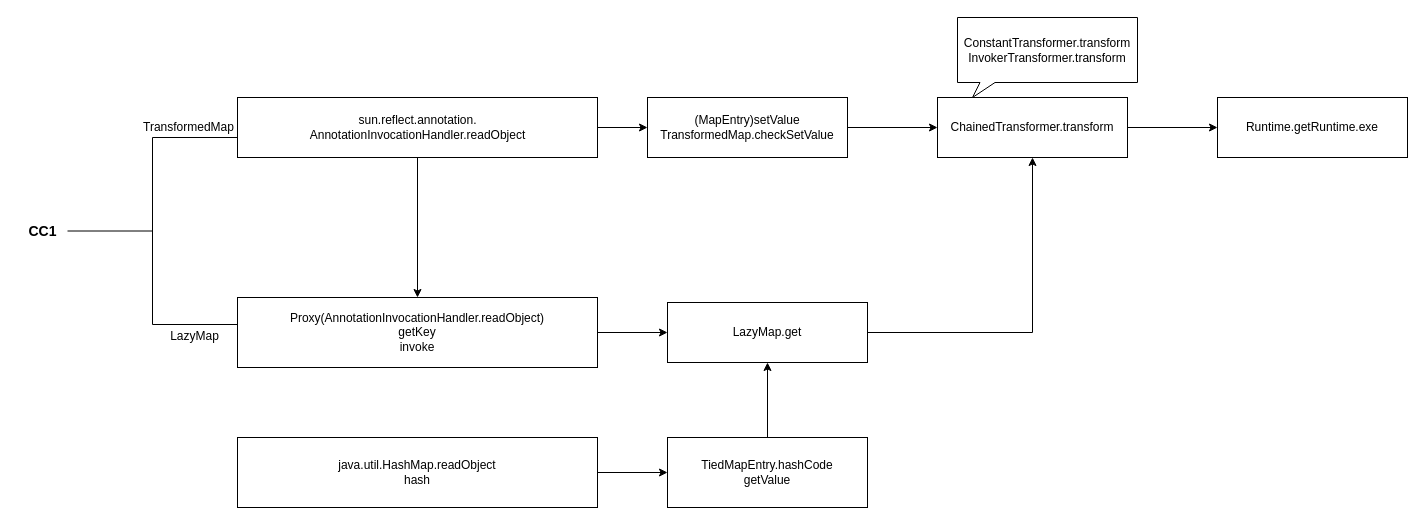
Earlier version of the draw.io diagram CC链/CC link.drawio (hututu2/Java-Study). Source tidied: cells renumbered, new cells numbered last; positions are measured from the earlier drawing's top-left corner, leaving out a move shared by most shapes. Both pictures are drawn from the tidied source at 100%, with x=0, y=0 at pixel (17, 17).
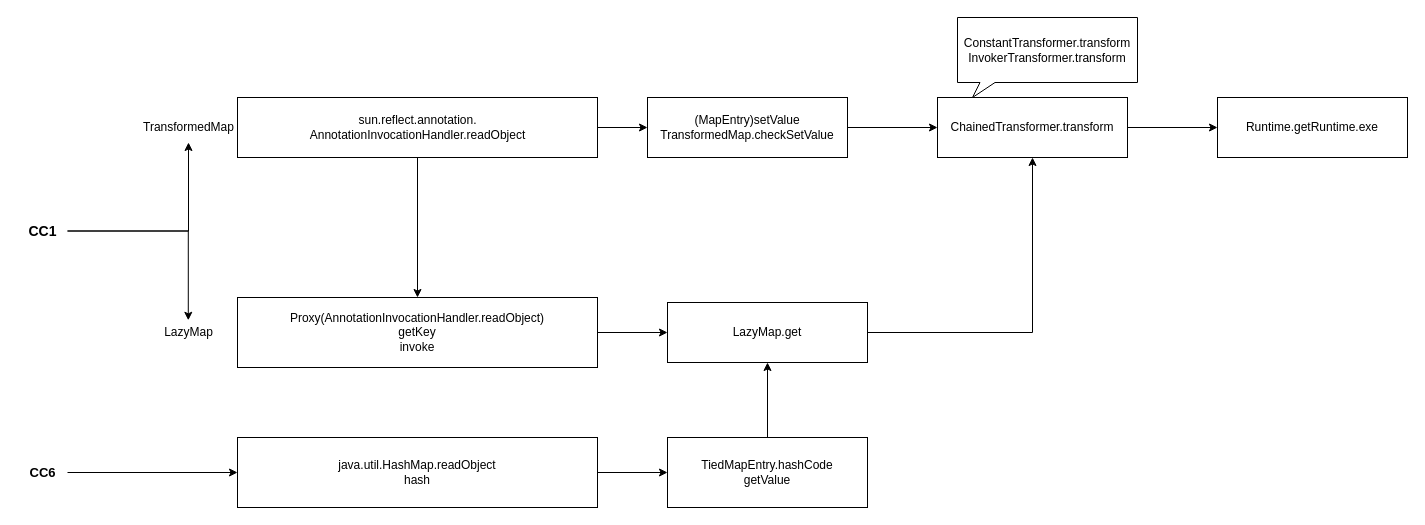
The same page after the edit.

Unchanged cells that the change refers to:
```xml
<mxCell id="18" value="java.util.HashMap.readObject&lt;br&gt;hash" style="rounded=0;whiteSpace=wrap;html=1;" parent="1" vertex="1">
  <mxGeometry x="220" y="420" width="360" height="70" as="geometry" />
</mxCell>
<mxCell id="19" value="&lt;b&gt;&lt;font style=&quot;font-size: 14px;&quot;&gt;CC1&lt;/font&gt;&lt;/b&gt;" style="text;html=1;align=center;verticalAlign=middle;points=[];strokeColor=none;fillColor=none;" parent="1" vertex="1">
  <mxGeometry y="198.5" width="50" height="30" as="geometry" />
</mxCell>
<mxCell id="21" value="TransformedMap" style="text;html=1;align=center;verticalAlign=middle;points=[];strokeColor=none;fillColor=none;" parent="1" vertex="1">
  <mxGeometry x="116" y="95" width="110" height="30" as="geometry" />
</mxCell>
```

Change to the diagram source:
```diff
@@
+    <mxCell id="23" style="edgeStyle=orthogonalEdgeStyle;rounded=0;jettySize=auto;html=1;" parent="1" edge="1" source="19" target="21">
+      <mxGeometry relative="1" as="geometry" />
+    </mxCell>
@@
-    <mxCell id="20" style="strokeWidth=1;html=1;shape=mxgraph.flowchart.annotation_2;align=left;labelPosition=right;fontStyle=0;" parent="1" vertex="1">
-      <mxGeometry x="50" y="120" width="170" height="187" as="geometry" />
-    </mxCell>
@@
     <mxCell id="22" value="LazyMap" style="text;html=1;align=center;verticalAlign=middle;points=[];strokeColor=none;fillColor=none;" parent="1" vertex="1">
-      <mxGeometry x="142" y="304" width="70" height="30" as="geometry" />
+      <mxGeometry x="136" y="300" width="70" height="30" as="geometry" />
     </mxCell>
+    <mxCell id="24" style="edgeStyle=orthogonalEdgeStyle;rounded=0;jettySize=auto;html=1;entryX=0;entryY=0.5;entryDx=0;entryDy=0;" parent="1" edge="1" source="25" target="18">
+      <mxGeometry relative="1" as="geometry" />
+    </mxCell>
+    <mxCell id="25" value="&lt;span style=&quot;font-size: 13px;&quot;&gt;&lt;font style=&quot;font-size: 13px;&quot;&gt;CC6&lt;/font&gt;&lt;/span&gt;" style="text;html=1;align=center;verticalAlign=middle;points=[];strokeColor=none;fillColor=none;fontSize=13;fontStyle=1;" parent="1" vertex="1">
+      <mxGeometry y="440" width="50" height="30" as="geometry" />
+    </mxCell>
+    <mxCell id="26" style="edgeStyle=orthogonalEdgeStyle;rounded=0;jettySize=auto;html=1;entryX=0.497;entryY=0.093;entryDx=0;entryDy=0;entryPerimeter=0;" parent="1" edge="1" source="19" target="22">
+      <mxGeometry relative="1" as="geometry" />
+    </mxCell>
```
